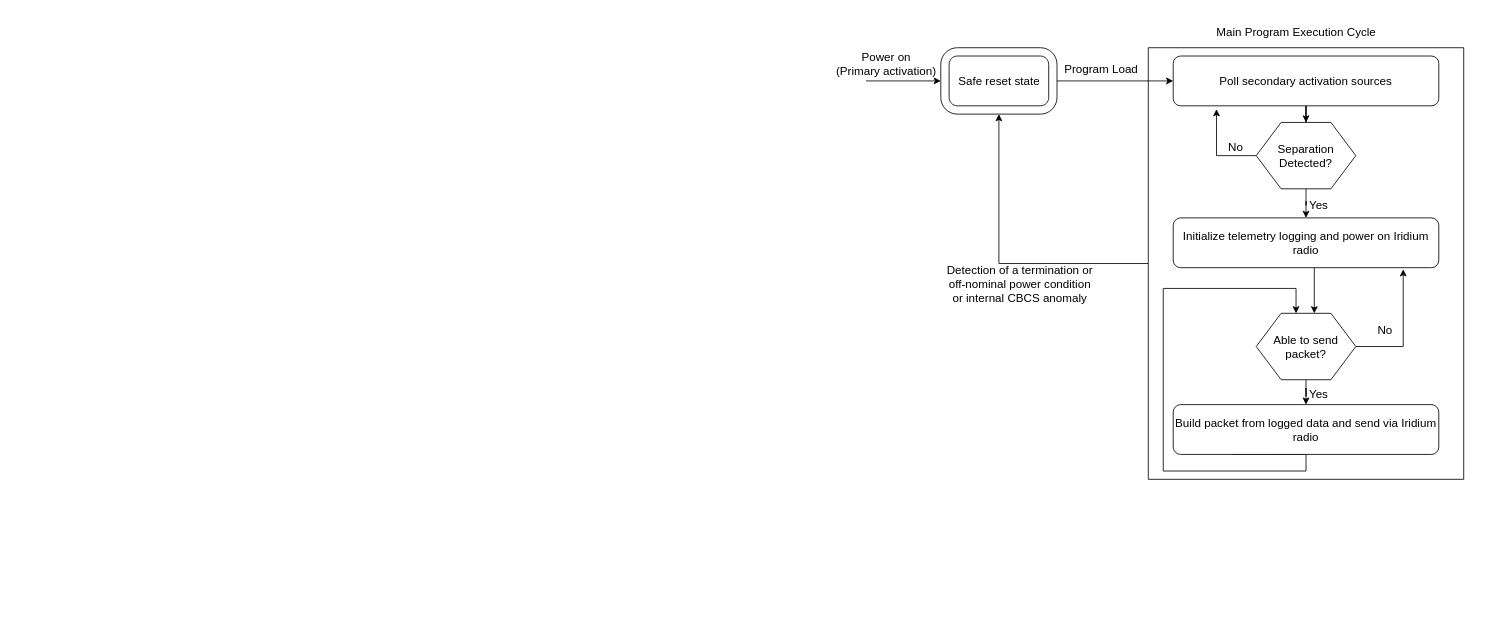
The draw.io diagram doc/images/software-overview.drawio in krups/iss-hardware, before the edit. Source tidied: cells renumbered, new cells numbered last; positions are measured from the earlier drawing's top-left corner, leaving out a move shared by most shapes. Both pictures are drawn from the tidied source at 83%, with x=0, y=0 at pixel (828, 23).
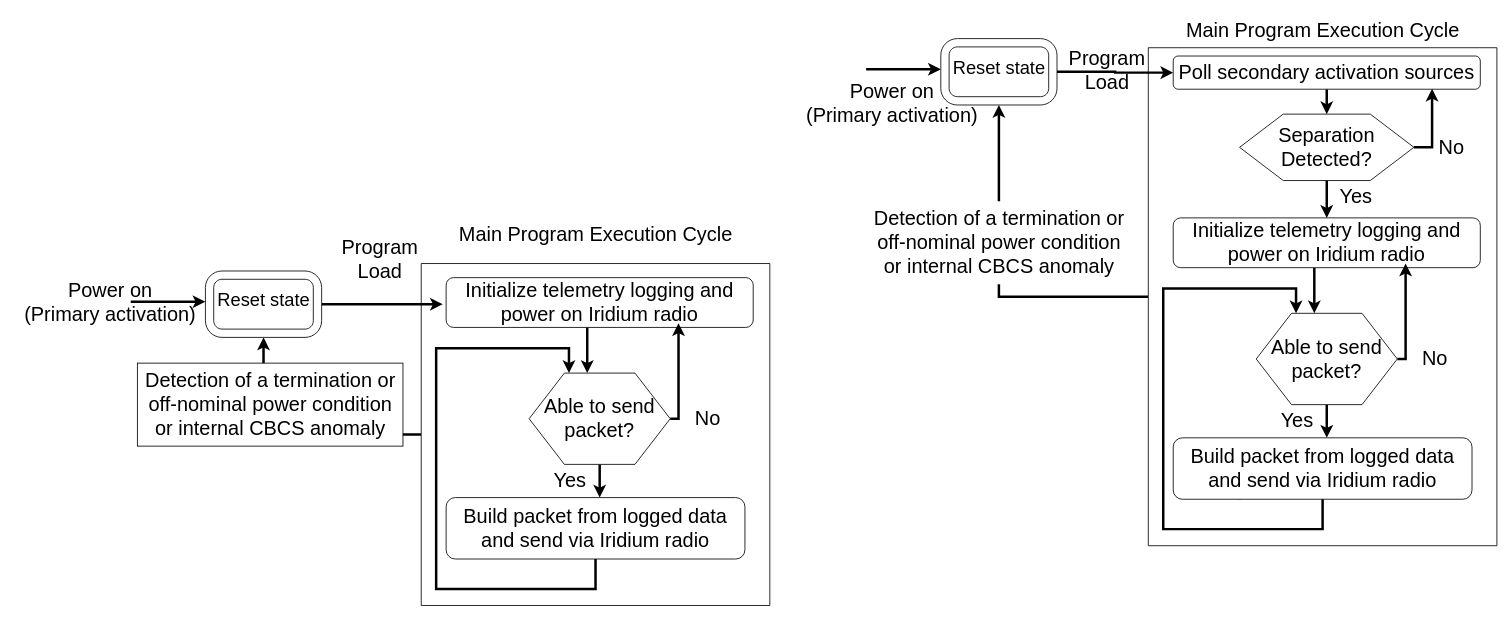
Above is the later version.

Diff of the diagram source:
```diff
@@
-    <mxCell id="2" style="edgeStyle=orthogonalEdgeStyle;rounded=0;jettySize=auto;html=1;entryX=0.5;entryY=1;entryDx=0;entryDy=0;entryPerimeter=0;fontSize=14;" parent="1" edge="1" source="3" target="5">
+    <mxCell id="2" style="edgeStyle=orthogonalEdgeStyle;rounded=0;jettySize=auto;html=1;entryX=0.5;entryY=1;entryDx=0;entryDy=0;entryPerimeter=0;fontSize=14;strokeWidth=3;" parent="1" edge="1" source="3" target="5">
       <mxGeometry relative="1" as="geometry" />
     </mxCell>
     <mxCell id="3" style="verticalLabelPosition=bottom;verticalAlign=top;html=1;shape=mxgraph.basic.rect;fillColor2=none;strokeWidth=1;size=20;indent=5;" parent="1" vertex="1">
-      <mxGeometry x="386" y="29" width="380" height="520" as="geometry" />
+      <mxGeometry x="386" y="29" width="420" height="600" as="geometry" />
     </mxCell>
-    <mxCell id="4" style="endArrow=classic;html=1;" parent="1" edge="1">
+    <mxCell id="4" style="endArrow=classic;html=1;strokeWidth=3;" parent="1" edge="1">
       <mxGeometry relative="1" as="geometry">
-        <mxPoint x="46" y="69" as="sourcePoint" />
-        <mxPoint x="136" y="69" as="targetPoint" />
+        <mxPoint x="46" y="55" as="sourcePoint" />
+        <mxPoint x="136" y="55" as="targetPoint" />
       </mxGeometry>
     </mxCell>
+    <mxCell id="28" style="edgeStyle=orthogonalEdgeStyle;rounded=0;jettySize=auto;html=1;exitX=1;exitY=0.5;exitDx=0;exitDy=0;exitPerimeter=0;entryX=0;entryY=0.5;entryDx=0;entryDy=0;fontSize=24;strokeWidth=3;" parent="1" edge="1" source="5" target="11">
+      <mxGeometry relative="1" as="geometry" />
+    </mxCell>
-    <mxCell id="5" style="verticalLabelPosition=bottom;verticalAlign=top;html=1;shape=mxgraph.basic.rounded_frame;dx=10;" parent="1" vertex="1">
-      <mxGeometry x="136" y="29" width="140" height="80" as="geometry" />
+    <mxCell id="5" style="verticalLabelPosition=bottom;verticalAlign=top;html=1;shape=mxgraph.basic.rounded_frame;dx=10;fontSize=24;" parent="1" vertex="1">
+      <mxGeometry x="136" y="18" width="140" height="80" as="geometry" />
     </mxCell>
-    <mxCell id="6" value="&lt;font style=&quot;font-size: 14px&quot;&gt;Safe reset state&lt;/font&gt;" style="text;html=1;align=center;verticalAlign=middle;" parent="5" vertex="1">
-      <mxGeometry x="15" y="30" width="110" height="20" as="geometry" />
-    </mxCell>
-    <mxCell id="7" style="endArrow=classic;html=1;entryX=0;entryY=0.5;entryDx=0;entryDy=0;" parent="1" edge="1" target="11">
-      <mxGeometry relative="1" as="geometry">
-        <mxPoint x="276" y="69" as="sourcePoint" />
-      </mxGeometry>
-    </mxCell>
-    <mxCell id="8" value="&lt;div&gt;Power on&lt;br&gt;(Primary activation)&lt;br&gt;&lt;/div&gt;" style="text;html=1;align=center;verticalAlign=middle;fontSize=14;" parent="1" vertex="1">
-      <mxGeometry y="28" width="140" height="40" as="geometry" />
+    <mxCell id="8" value="&lt;div style=&quot;font-size: 24px;&quot;&gt;Power on&lt;br style=&quot;font-size: 24px;&quot;&gt;(Primary activation)&lt;br style=&quot;font-size: 24px;&quot;&gt;&lt;/div&gt;" style="text;html=1;align=center;verticalAlign=middle;fontSize=24;" parent="1" vertex="1">
+      <mxGeometry x="-38" y="61" width="230" height="70" as="geometry" />
     </mxCell>
-    <mxCell id="9" value="Program Load" style="text;html=1;align=center;verticalAlign=middle;fontSize=14;" parent="1" vertex="1">
-      <mxGeometry x="279" y="45" width="100" height="20" as="geometry" />
+    <mxCell id="9" value="Program&lt;br&gt;Load" style="text;html=1;align=center;verticalAlign=middle;fontSize=24;strokeWidth=3;" parent="1" vertex="1">
+      <mxGeometry x="276" y="21" width="120" height="70" as="geometry" />
     </mxCell>
-    <mxCell id="10" style="edgeStyle=orthogonalEdgeStyle;rounded=0;jettySize=auto;html=1;fontSize=14;" parent="1" edge="1" source="11" target="14">
+    <mxCell id="10" style="edgeStyle=orthogonalEdgeStyle;rounded=0;jettySize=auto;html=1;fontSize=14;strokeWidth=3;" parent="1" edge="1" source="11" target="14">
       <mxGeometry relative="1" as="geometry" />
     </mxCell>
-    <mxCell id="11" value="&lt;font style=&quot;font-size: 14px&quot;&gt;Poll secondary activation sources&lt;/font&gt;" style="rounded=1;whiteSpace=wrap;html=1;" parent="1" vertex="1">
-      <mxGeometry x="416" y="39" width="320" height="60" as="geometry" />
+    <mxCell id="11" value="&lt;font style=&quot;font-size: 24px;&quot;&gt;Poll secondary activation sources&lt;/font&gt;" style="rounded=1;whiteSpace=wrap;html=1;fontSize=24;" parent="1" vertex="1">
+      <mxGeometry x="416" y="39" width="370" height="40" as="geometry" />
     </mxCell>
+    <mxCell id="13" style="edgeStyle=orthogonalEdgeStyle;rounded=0;jettySize=auto;html=1;fontSize=14;strokeWidth=3;" parent="1" edge="1" source="14" target="17">
+      <mxGeometry relative="1" as="geometry" />
+    </mxCell>
-    <mxCell id="12" style="edgeStyle=orthogonalEdgeStyle;rounded=0;jettySize=auto;html=1;exitX=0;exitY=0.5;exitDx=0;exitDy=0;entryX=0.163;entryY=1.067;entryDx=0;entryDy=0;entryPerimeter=0;fontSize=14;" parent="1" edge="1" source="14" target="11">
-      <mxGeometry relative="1" as="geometry" />
+    <mxCell id="12" style="edgeStyle=orthogonalEdgeStyle;rounded=0;jettySize=auto;html=1;exitX=1;exitY=0.5;exitDx=0;exitDy=0;entryX=0.843;entryY=0.983;entryDx=0;entryDy=0;entryPerimeter=0;fontSize=24;strokeWidth=3;" parent="1" edge="1" source="14" target="11">
+      <mxGeometry relative="1" as="geometry">
+        <Array as="points">
+          <mxPoint x="728" y="149" />
+        </Array>
+      </mxGeometry>
     </mxCell>
-    <mxCell id="13" style="edgeStyle=orthogonalEdgeStyle;rounded=0;jettySize=auto;html=1;fontSize=14;" parent="1" edge="1" source="14" target="17">
-      <mxGeometry relative="1" as="geometry" />
-    </mxCell>
-    <mxCell id="14" value="Separation&lt;br style=&quot;font-size: 14px;&quot;&gt;Detected?" style="shape=hexagon;perimeter=hexagonPerimeter2;whiteSpace=wrap;html=1;fontSize=14;" parent="1" vertex="1">
-      <mxGeometry x="516" y="119" width="120" height="80" as="geometry" />
+    <mxCell id="14" value="Separation&lt;br style=&quot;font-size: 24px;&quot;&gt;Detected?" style="shape=hexagon;perimeter=hexagonPerimeter2;whiteSpace=wrap;html=1;fontSize=24;" parent="1" vertex="1">
+      <mxGeometry x="496" y="109" width="210" height="80" as="geometry" />
     </mxCell>
-    <mxCell id="15" value="No" style="text;html=1;align=center;verticalAlign=middle;fontSize=14;" parent="1" vertex="1">
-      <mxGeometry x="476" y="139" width="30" height="20" as="geometry" />
+    <mxCell id="15" value="No" style="text;html=1;align=center;verticalAlign=middle;fontSize=24;" parent="1" vertex="1">
+      <mxGeometry x="726" y="129" width="50" height="40" as="geometry" />
     </mxCell>
-    <mxCell id="16" style="edgeStyle=orthogonalEdgeStyle;rounded=0;orthogonalLoop=1;jettySize=auto;html=1;fontSize=14;" parent="1" edge="1">
+    <mxCell id="16" style="edgeStyle=orthogonalEdgeStyle;rounded=0;orthogonalLoop=1;jettySize=auto;html=1;fontSize=14;strokeWidth=3;" parent="1" edge="1">
       <mxGeometry relative="1" as="geometry">
         <mxPoint x="586" y="294" as="sourcePoint" />
         <mxPoint x="586" y="349" as="targetPoint" />
       </mxGeometry>
     </mxCell>
-    <mxCell id="17" value="Initialize telemetry logging and power on Iridium radio" style="rounded=1;whiteSpace=wrap;html=1;fontSize=14;" parent="1" vertex="1">
-      <mxGeometry x="416" y="234" width="320" height="60" as="geometry" />
+    <mxCell id="17" value="Initialize telemetry logging and power on Iridium radio" style="rounded=1;whiteSpace=wrap;html=1;fontSize=24;" parent="1" vertex="1">
+      <mxGeometry x="416" y="234" width="370" height="60" as="geometry" />
     </mxCell>
-    <mxCell id="18" style="edgeStyle=orthogonalEdgeStyle;rounded=0;jettySize=auto;html=1;fontSize=14;" parent="1" edge="1" source="20" target="24">
-      <mxGeometry relative="1" as="geometry" />
+    <mxCell id="18" style="edgeStyle=orthogonalEdgeStyle;rounded=0;jettySize=auto;html=1;fontSize=14;strokeWidth=3;" parent="1" edge="1" source="20" target="24">
+      <mxGeometry relative="1" as="geometry">
+        <Array as="points">
+          <mxPoint x="601" y="489" />
+          <mxPoint x="601" y="489" />
+        </Array>
+      </mxGeometry>
     </mxCell>
-    <mxCell id="19" style="edgeStyle=orthogonalEdgeStyle;rounded=0;jettySize=auto;html=1;exitX=1;exitY=0.5;exitDx=0;exitDy=0;entryX=0.866;entryY=1.033;entryDx=0;entryDy=0;entryPerimeter=0;fontSize=14;" parent="1" edge="1" source="20" target="17">
+    <mxCell id="19" style="edgeStyle=orthogonalEdgeStyle;rounded=0;jettySize=auto;html=1;exitX=1;exitY=0.5;exitDx=0;exitDy=0;fontSize=14;strokeWidth=3;" parent="1" edge="1" source="20">
       <mxGeometry relative="1" as="geometry">
+        <mxPoint x="696" y="289" as="targetPoint" />
         <Array as="points">
-          <mxPoint x="693" y="389" />
+          <mxPoint x="696" y="404" />
         </Array>
       </mxGeometry>
     </mxCell>
-    <mxCell id="20" value="Able to send packet?" style="shape=hexagon;perimeter=hexagonPerimeter2;whiteSpace=wrap;html=1;fontSize=14;" parent="1" vertex="1">
-      <mxGeometry x="516" y="349" width="120" height="80" as="geometry" />
+    <mxCell id="20" value="Able to send packet?" style="shape=hexagon;perimeter=hexagonPerimeter2;whiteSpace=wrap;html=1;fontSize=24;" parent="1" vertex="1">
+      <mxGeometry x="516" y="349" width="170" height="110" as="geometry" />
     </mxCell>
-    <mxCell id="21" value="No" style="text;html=1;align=center;verticalAlign=middle;fontSize=14;" parent="1" vertex="1">
-      <mxGeometry x="656" y="359" width="30" height="20" as="geometry" />
+    <mxCell id="21" value="No" style="text;html=1;align=center;verticalAlign=middle;fontSize=24;" parent="1" vertex="1">
+      <mxGeometry x="706" y="384" width="50" height="40" as="geometry" />
     </mxCell>
-    <mxCell id="22" value="Yes" style="text;html=1;align=center;verticalAlign=middle;fontSize=14;" parent="1" vertex="1">
-      <mxGeometry x="571" y="209" width="40" height="20" as="geometry" />
+    <mxCell id="22" value="Yes" style="text;html=1;align=center;verticalAlign=middle;fontSize=24;" parent="1" vertex="1">
+      <mxGeometry x="606" y="189" width="60" height="40" as="geometry" />
     </mxCell>
-    <mxCell id="23" style="edgeStyle=orthogonalEdgeStyle;rounded=0;jettySize=auto;html=1;fontSize=14;entryX=0.333;entryY=0;entryDx=0;entryDy=0;entryPerimeter=0;exitX=0.222;exitY=1.001;exitDx=0;exitDy=0;exitPerimeter=0;" parent="1" edge="1" source="24">
+    <mxCell id="23" style="edgeStyle=orthogonalEdgeStyle;rounded=0;jettySize=auto;html=1;fontSize=14;entryX=0.333;entryY=0;entryDx=0;entryDy=0;entryPerimeter=0;exitX=0.222;exitY=1.001;exitDx=0;exitDy=0;exitPerimeter=0;strokeWidth=3;" parent="1" edge="1" source="24">
       <mxGeometry relative="1" as="geometry">
         <mxPoint x="564" y="349" as="targetPoint" />
         <Array as="points">
-          <mxPoint x="576" y="519" />
-          <mxPoint x="576" y="539" />
-          <mxPoint x="404" y="539" />
+          <mxPoint x="496" y="519" />
+          <mxPoint x="596" y="519" />
+          <mxPoint x="596" y="609" />
+          <mxPoint x="404" y="609" />
           <mxPoint x="404" y="319" />
           <mxPoint x="564" y="319" />
         </Array>
       </mxGeometry>
     </mxCell>
-    <mxCell id="24" value="Build packet from logged data and send via Iridium radio" style="rounded=1;whiteSpace=wrap;html=1;fontSize=14;" parent="1" vertex="1">
-      <mxGeometry x="416" y="459" width="320" height="60" as="geometry" />
+    <mxCell id="24" value="Build packet from logged data and send via Iridium radio" style="rounded=1;whiteSpace=wrap;html=1;fontSize=24;" parent="1" vertex="1">
+      <mxGeometry x="416" y="499" width="360" height="74" as="geometry" />
     </mxCell>
-    <mxCell id="25" value="Yes" style="text;html=1;align=center;verticalAlign=middle;fontSize=14;" parent="1" vertex="1">
-      <mxGeometry x="571" y="437" width="40" height="20" as="geometry" />
+    <mxCell id="25" value="Yes" style="text;html=1;align=center;verticalAlign=middle;fontSize=24;" parent="1" vertex="1">
+      <mxGeometry x="535" y="459" width="60" height="40" as="geometry" />
     </mxCell>
-    <mxCell id="26" value="Main Program Execution Cycle" style="text;html=1;align=center;verticalAlign=middle;fontSize=14;" parent="1" vertex="1">
-      <mxGeometry x="459" width="210" height="20" as="geometry" />
+    <mxCell id="26" value="Main Program Execution Cycle" style="text;html=1;align=center;verticalAlign=middle;fontSize=24;" parent="1" vertex="1">
+      <mxGeometry x="421" y="-11" width="350" height="40" as="geometry" />
     </mxCell>
-    <mxCell id="27" value="Detection of a termination or&lt;br style=&quot;font-size: 14px&quot;&gt;&lt;div&gt; off-nominal power condition&lt;/div&gt;&lt;div&gt;or internal CBCS anomaly&lt;br&gt;&lt;/div&gt;" style="text;html=1;align=center;verticalAlign=middle;fontSize=14;" parent="1" vertex="1">
-      <mxGeometry x="136" y="284" width="190" height="60" as="geometry" />
+    <mxCell id="27" value="Detection of a termination or&lt;br style=&quot;font-size: 24px;&quot;&gt;&lt;div style=&quot;font-size: 24px;&quot;&gt; off-nominal power condition&lt;/div&gt;&lt;div style=&quot;font-size: 24px;&quot;&gt;or internal CBCS anomaly&lt;br style=&quot;font-size: 24px;&quot;&gt;&lt;/div&gt;" style="text;html=1;align=center;verticalAlign=middle;fontSize=24;fillColor=default;" parent="1" vertex="1">
+      <mxGeometry x="46" y="214" width="320" height="100" as="geometry" />
     </mxCell>
+    <mxCell id="29" value="Reset state" style="text;html=1;align=center;verticalAlign=middle;strokeColor=none;fillColor=none;fontSize=22;" parent="1" vertex="1">
+      <mxGeometry x="141" y="34" width="130" height="40" as="geometry" />
+    </mxCell>
+    <mxCell id="30" style="edgeStyle=orthogonalEdgeStyle;rounded=0;jettySize=auto;html=1;entryX=0.5;entryY=1;entryDx=0;entryDy=0;entryPerimeter=0;fontSize=14;strokeWidth=3;" parent="1" edge="1" source="31" target="34">
+      <mxGeometry relative="1" as="geometry" />
+    </mxCell>
+    <mxCell id="31" style="verticalLabelPosition=bottom;verticalAlign=top;html=1;shape=mxgraph.basic.rect;fillColor2=none;strokeWidth=1;size=20;indent=5;" parent="1" vertex="1">
+      <mxGeometry x="-490" y="289" width="420" height="412" as="geometry" />
+    </mxCell>
+    <mxCell id="32" style="endArrow=classic;html=1;strokeWidth=3;" parent="1" edge="1">
+      <mxGeometry relative="1" as="geometry">
+        <mxPoint x="-840" y="335" as="sourcePoint" />
+        <mxPoint x="-750" y="335" as="targetPoint" />
+      </mxGeometry>
+    </mxCell>
+    <mxCell id="33" style="edgeStyle=orthogonalEdgeStyle;rounded=0;jettySize=auto;html=1;exitX=1;exitY=0.5;exitDx=0;exitDy=0;exitPerimeter=0;fontSize=24;strokeWidth=3;" parent="1" edge="1" source="34">
+      <mxGeometry relative="1" as="geometry">
+        <mxPoint x="-464" y="338" as="targetPoint" />
+      </mxGeometry>
+    </mxCell>
+    <mxCell id="34" style="verticalLabelPosition=bottom;verticalAlign=top;html=1;shape=mxgraph.basic.rounded_frame;dx=10;fontSize=24;" parent="1" vertex="1">
+      <mxGeometry x="-750" y="298" width="140" height="80" as="geometry" />
+    </mxCell>
+    <mxCell id="35" value="&lt;div style=&quot;font-size: 24px;&quot;&gt;Power on&lt;br style=&quot;font-size: 24px;&quot;&gt;(Primary activation)&lt;br style=&quot;font-size: 24px;&quot;&gt;&lt;/div&gt;" style="text;html=1;align=center;verticalAlign=middle;fontSize=24;" parent="1" vertex="1">
+      <mxGeometry x="-980" y="301" width="230" height="70" as="geometry" />
+    </mxCell>
+    <mxCell id="36" value="Program&lt;br&gt;Load" style="text;html=1;align=center;verticalAlign=middle;fontSize=24;strokeWidth=3;" parent="1" vertex="1">
+      <mxGeometry x="-600" y="249" width="120" height="70" as="geometry" />
+    </mxCell>
+    <mxCell id="37" style="edgeStyle=orthogonalEdgeStyle;rounded=0;orthogonalLoop=1;jettySize=auto;html=1;fontSize=14;strokeWidth=3;" parent="1" edge="1">
+      <mxGeometry relative="1" as="geometry">
+        <mxPoint x="-290" y="366" as="sourcePoint" />
+        <mxPoint x="-290" y="421" as="targetPoint" />
+      </mxGeometry>
+    </mxCell>
+    <mxCell id="38" value="Initialize telemetry logging and power on Iridium radio" style="rounded=1;whiteSpace=wrap;html=1;fontSize=24;" parent="1" vertex="1">
+      <mxGeometry x="-460" y="306" width="370" height="60" as="geometry" />
+    </mxCell>
+    <mxCell id="39" style="edgeStyle=orthogonalEdgeStyle;rounded=0;jettySize=auto;html=1;fontSize=14;strokeWidth=3;" parent="1" edge="1" source="41" target="44">
+      <mxGeometry relative="1" as="geometry">
+        <Array as="points">
+          <mxPoint x="-275" y="561" />
+          <mxPoint x="-275" y="561" />
+        </Array>
+      </mxGeometry>
+    </mxCell>
+    <mxCell id="40" style="edgeStyle=orthogonalEdgeStyle;rounded=0;jettySize=auto;html=1;exitX=1;exitY=0.5;exitDx=0;exitDy=0;fontSize=14;strokeWidth=3;" parent="1" edge="1" source="41">
+      <mxGeometry relative="1" as="geometry">
+        <mxPoint x="-180" y="361" as="targetPoint" />
+        <Array as="points">
+          <mxPoint x="-180" y="476" />
+        </Array>
+      </mxGeometry>
+    </mxCell>
+    <mxCell id="41" value="Able to send packet?" style="shape=hexagon;perimeter=hexagonPerimeter2;whiteSpace=wrap;html=1;fontSize=24;" parent="1" vertex="1">
+      <mxGeometry x="-360" y="421" width="170" height="110" as="geometry" />
+    </mxCell>
+    <mxCell id="42" value="No" style="text;html=1;align=center;verticalAlign=middle;fontSize=24;" parent="1" vertex="1">
+      <mxGeometry x="-170" y="456" width="50" height="40" as="geometry" />
+    </mxCell>
+    <mxCell id="43" style="edgeStyle=orthogonalEdgeStyle;rounded=0;jettySize=auto;html=1;fontSize=14;entryX=0.333;entryY=0;entryDx=0;entryDy=0;entryPerimeter=0;exitX=0.222;exitY=1.001;exitDx=0;exitDy=0;exitPerimeter=0;strokeWidth=3;" parent="1" edge="1" source="44">
+      <mxGeometry relative="1" as="geometry">
+        <mxPoint x="-312" y="421" as="targetPoint" />
+        <Array as="points">
+          <mxPoint x="-380" y="591" />
+          <mxPoint x="-280" y="591" />
+          <mxPoint x="-280" y="681" />
+          <mxPoint x="-472" y="681" />
+          <mxPoint x="-472" y="391" />
+          <mxPoint x="-312" y="391" />
+        </Array>
+      </mxGeometry>
+    </mxCell>
+    <mxCell id="44" value="Build packet from logged data and send via Iridium radio" style="rounded=1;whiteSpace=wrap;html=1;fontSize=24;" parent="1" vertex="1">
+      <mxGeometry x="-460" y="571" width="360" height="74" as="geometry" />
+    </mxCell>
+    <mxCell id="45" value="Yes" style="text;html=1;align=center;verticalAlign=middle;fontSize=24;" parent="1" vertex="1">
+      <mxGeometry x="-341" y="531" width="60" height="40" as="geometry" />
+    </mxCell>
+    <mxCell id="46" value="Main Program Execution Cycle" style="text;html=1;align=center;verticalAlign=middle;fontSize=24;" parent="1" vertex="1">
+      <mxGeometry x="-455" y="234" width="350" height="40" as="geometry" />
+    </mxCell>
+    <mxCell id="47" value="Detection of a termination or&lt;br style=&quot;font-size: 24px;&quot;&gt;&lt;div style=&quot;font-size: 24px;&quot;&gt; off-nominal power condition&lt;/div&gt;&lt;div style=&quot;font-size: 24px;&quot;&gt;or internal CBCS anomaly&lt;br style=&quot;font-size: 24px;&quot;&gt;&lt;/div&gt;" style="text;html=1;align=center;verticalAlign=middle;fontSize=24;fillColor=default;strokeColor=default;" parent="1" vertex="1">
+      <mxGeometry x="-832" y="409" width="320" height="100" as="geometry" />
+    </mxCell>
+    <mxCell id="48" value="Reset state" style="text;html=1;align=center;verticalAlign=middle;strokeColor=none;fillColor=none;fontSize=22;" parent="1" vertex="1">
+      <mxGeometry x="-745" y="314" width="130" height="40" as="geometry" />
+    </mxCell>
```
